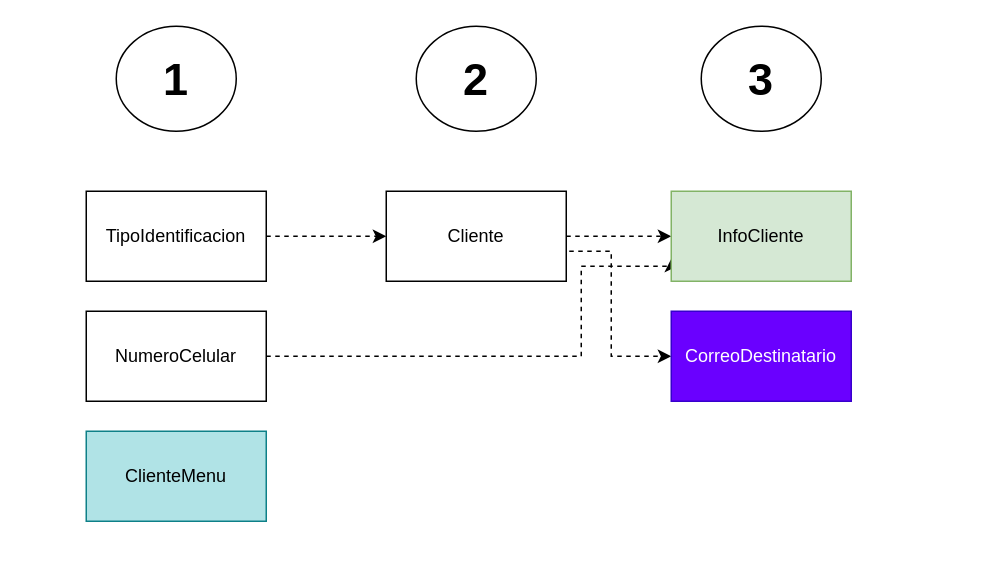
This is page "Flujo Eventos Clientes" (10 of 11) of Restaurante_Disenio.drawio from andrescardo98/doo, a draw.io file, before an edit. Source tidied: cells renumbered, new cells numbered last; positions are measured from the earlier drawing's top-left corner, leaving out a move shared by most shapes. Both pictures are drawn from the tidied source at 150%, with x=0, y=0 at pixel (86, 26).
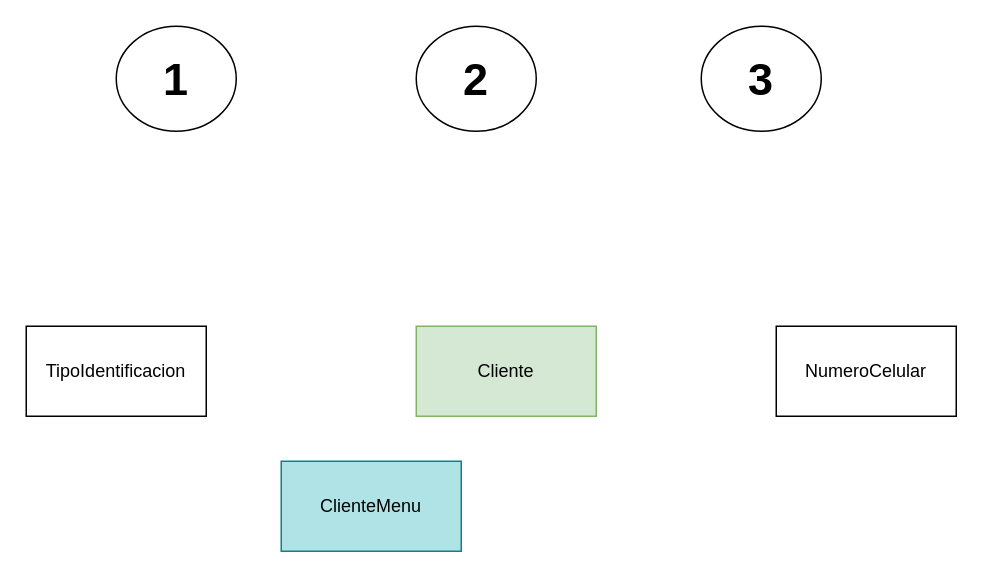
The same diagram, later.

The edit, as a diff of the source:
```diff
@@
 <mxGraphModel>
   <root>
     <mxCell id="0" />
     <mxCell id="1" parent="0" />
-    <mxCell id="2" style="edgeStyle=orthogonalEdgeStyle;rounded=0;jettySize=auto;html=1;exitX=1;exitY=0.5;exitDx=0;exitDy=0;entryX=0;entryY=0.5;entryDx=0;entryDy=0;dashed=1;" parent="1" edge="1" source="4" target="11">
-      <mxGeometry relative="1" as="geometry" />
-    </mxCell>
-    <mxCell id="3" style="edgeStyle=orthogonalEdgeStyle;rounded=0;jettySize=auto;html=1;exitX=1;exitY=0.5;exitDx=0;exitDy=0;entryX=0;entryY=0.5;entryDx=0;entryDy=0;dashed=1;" parent="1" edge="1" source="4" target="10">
-      <mxGeometry relative="1" as="geometry">
-        <Array as="points">
-          <mxPoint x="320" y="150" />
-          <mxPoint x="350" y="150" />
-          <mxPoint x="350" y="220" />
-        </Array>
-      </mxGeometry>
-    </mxCell>
-    <mxCell id="4" value="Cliente" style="rounded=0;whiteSpace=wrap;html=1;" parent="1" vertex="1">
-      <mxGeometry x="200" y="110" width="120" height="60" as="geometry" />
-    </mxCell>
-    <mxCell id="5" style="edgeStyle=orthogonalEdgeStyle;rounded=0;jettySize=auto;html=1;exitX=1;exitY=0.5;exitDx=0;exitDy=0;entryX=0;entryY=0.5;entryDx=0;entryDy=0;dashed=1;" parent="1" edge="1" source="6" target="4">
-      <mxGeometry relative="1" as="geometry" />
-    </mxCell>
-    <mxCell id="6" value="TipoIdentificacion" style="rounded=0;whiteSpace=wrap;html=1;" parent="1" vertex="1">
-      <mxGeometry y="110" width="120" height="60" as="geometry" />
-    </mxCell>
-    <mxCell id="7" style="edgeStyle=orthogonalEdgeStyle;rounded=0;jettySize=auto;html=1;exitX=1;exitY=0.5;exitDx=0;exitDy=0;entryX=0;entryY=0.75;entryDx=0;entryDy=0;dashed=1;" parent="1" edge="1" source="8" target="11">
-      <mxGeometry relative="1" as="geometry">
-        <Array as="points">
-          <mxPoint x="330" y="220" />
-          <mxPoint x="330" y="160" />
-          <mxPoint x="390" y="160" />
-        </Array>
-      </mxGeometry>
-    </mxCell>
-    <mxCell id="8" value="NumeroCelular" style="rounded=0;whiteSpace=wrap;html=1;" parent="1" vertex="1">
-      <mxGeometry y="190" width="120" height="60" as="geometry" />
-    </mxCell>
-    <mxCell id="9" value="ClienteMenu" style="rounded=0;whiteSpace=wrap;html=1;fillColor=#b0e3e6;strokeColor=#0e8088;" parent="1" vertex="1">
-      <mxGeometry y="270" width="120" height="60" as="geometry" />
-    </mxCell>
-    <mxCell id="10" value="CorreoDestinatario" style="rounded=0;whiteSpace=wrap;html=1;fillColor=#6a00ff;fontColor=#ffffff;strokeColor=#3700CC;" parent="1" vertex="1">
-      <mxGeometry x="390" y="190" width="120" height="60" as="geometry" />
-    </mxCell>
-    <mxCell id="11" value="InfoCliente" style="rounded=0;whiteSpace=wrap;html=1;fillColor=#d5e8d4;strokeColor=#82b366;" parent="1" vertex="1">
-      <mxGeometry x="390" y="110" width="120" height="60" as="geometry" />
-    </mxCell>
     <mxCell id="12" value="&lt;b&gt;&lt;font style=&quot;font-size: 30px;&quot;&gt;1&lt;/font&gt;&lt;/b&gt;" style="ellipse;whiteSpace=wrap;html=1;" parent="1" vertex="1">
       <mxGeometry x="20" width="80" height="70" as="geometry" />
     </mxCell>
     <mxCell id="13" value="&lt;b&gt;&lt;font style=&quot;font-size: 30px;&quot;&gt;2&lt;/font&gt;&lt;/b&gt;" style="ellipse;whiteSpace=wrap;html=1;" parent="1" vertex="1">
       <mxGeometry x="220" width="80" height="70" as="geometry" />
     </mxCell>
     <mxCell id="14" value="&lt;b&gt;&lt;font style=&quot;font-size: 30px;&quot;&gt;3&lt;/font&gt;&lt;/b&gt;" style="ellipse;whiteSpace=wrap;html=1;" parent="1" vertex="1">
       <mxGeometry x="410" width="80" height="70" as="geometry" />
     </mxCell>
+    <mxCell id="4" value="Cliente" style="rounded=0;whiteSpace=wrap;html=1;fillColor=#d5e8d4;strokeColor=#82b366;" parent="1" vertex="1">
+      <mxGeometry x="220" y="200" width="120" height="60" as="geometry" />
+    </mxCell>
+    <mxCell id="6" value="TipoIdentificacion" style="rounded=0;whiteSpace=wrap;html=1;" parent="1" vertex="1">
+      <mxGeometry x="-40" y="200" width="120" height="60" as="geometry" />
+    </mxCell>
+    <mxCell id="8" value="NumeroCelular" style="rounded=0;whiteSpace=wrap;html=1;" parent="1" vertex="1">
+      <mxGeometry x="460" y="200" width="120" height="60" as="geometry" />
+    </mxCell>
+    <mxCell id="9" value="ClienteMenu" style="rounded=0;whiteSpace=wrap;html=1;fillColor=#B0E3E6;strokeColor=#0e8088;" parent="1" vertex="1">
+      <mxGeometry x="130" y="290" width="120" height="60" as="geometry" />
+    </mxCell>
   </root>
 </mxGraphModel>
```
